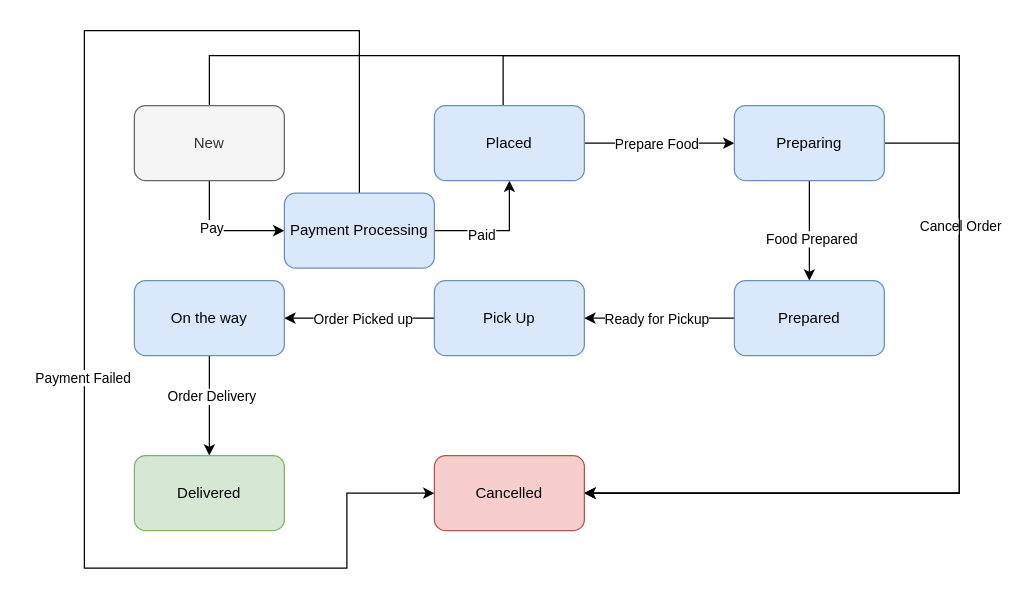
Above: docs/event-flow.drawio in Ranjan0491/food-o-meter (draw.io), before the change. Source tidied: cells renumbered, new cells numbered last; positions are measured from the earlier drawing's top-left corner, leaving out a move shared by most shapes. Both pictures are drawn from the tidied source at 125%, with x=0, y=0 at pixel (84, 30).
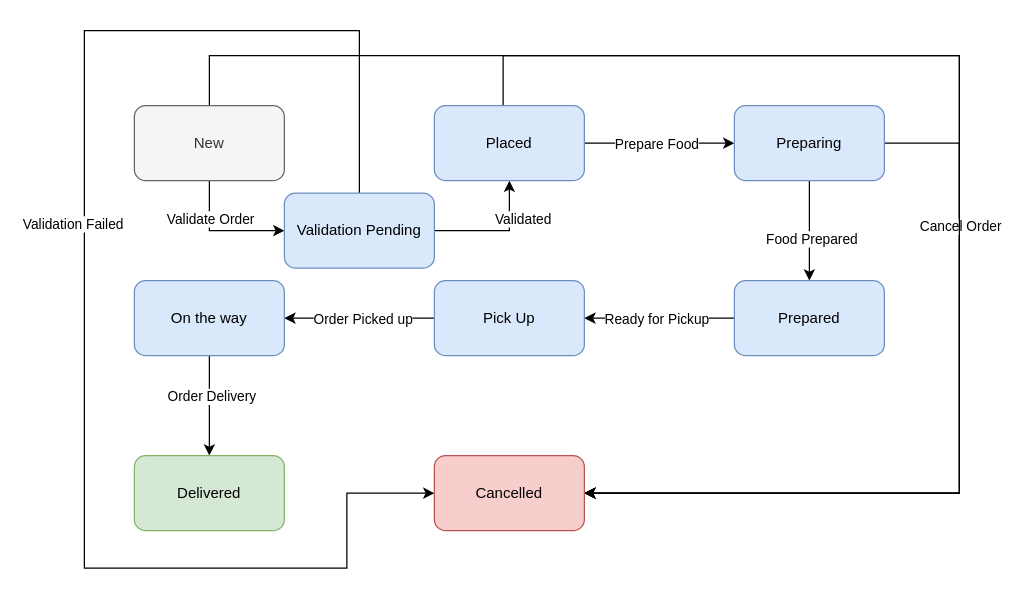
After the change.

The change refers to these unchanged cells:
```xml
<mxCell id="2" style="edgeStyle=orthogonalEdgeStyle;rounded=0;jettySize=auto;html=1;exitX=1;exitY=0.5;exitDx=0;exitDy=0;entryX=0.5;entryY=1;entryDx=0;entryDy=0;" parent="1" edge="1" source="30" target="12">
  <mxGeometry relative="1" as="geometry" />
</mxCell>
<mxCell id="5" style="edgeStyle=orthogonalEdgeStyle;rounded=0;jettySize=auto;html=1;exitX=0.5;exitY=1;exitDx=0;exitDy=0;entryX=0;entryY=0.5;entryDx=0;entryDy=0;" parent="1" edge="1" source="7" target="30">
  <mxGeometry relative="1" as="geometry" />
</mxCell>
<mxCell id="28" style="edgeStyle=orthogonalEdgeStyle;rounded=0;jettySize=auto;html=1;exitX=0.5;exitY=0;exitDx=0;exitDy=0;entryX=0;entryY=0.5;entryDx=0;entryDy=0;" parent="1" edge="1" source="30" target="20">
  <mxGeometry relative="1" as="geometry">
    <Array as="points">
      <mxPoint x="220" />
      <mxPoint />
      <mxPoint y="430" />
      <mxPoint x="210" y="430" />
      <mxPoint x="210" y="370" />
    </Array>
  </mxGeometry>
</mxCell>
```

What changed in the source:
```diff
@@
-    <mxCell id="3" value="Paid" style="edgeLabel;html=1;align=center;verticalAlign=middle;" parent="2" vertex="1">
-      <mxGeometry x="-0.26" y="-3" relative="1" as="geometry" />
+    <mxCell id="3" value="Validated" style="edgeLabel;html=1;align=center;verticalAlign=middle;" parent="2" vertex="1">
+      <mxGeometry x="-0.26" y="-3" relative="1" as="geometry">
+        <mxPoint x="33" y="-13" as="offset" />
+      </mxGeometry>
     </mxCell>
@@
-    <mxCell id="6" value="Pay" style="edgeLabel;html=1;align=center;verticalAlign=middle;" parent="5" vertex="1">
-      <mxGeometry x="-0.27" y="1" relative="1" as="geometry" />
+    <mxCell id="6" value="Validate Order" style="edgeLabel;html=1;align=center;verticalAlign=middle;" parent="5" vertex="1">
+      <mxGeometry x="-0.27" y="1" relative="1" as="geometry">
+        <mxPoint x="-1" y="-7" as="offset" />
+      </mxGeometry>
     </mxCell>
@@
-    <mxCell id="29" value="Payment Failed" style="edgeLabel;html=1;align=center;verticalAlign=middle;" parent="28" vertex="1">
-      <mxGeometry x="0.12" y="-2" relative="1" as="geometry" />
+    <mxCell id="29" value="Validation Failed" style="edgeLabel;html=1;align=center;verticalAlign=middle;" parent="28" vertex="1">
+      <mxGeometry x="0.12" y="-2" relative="1" as="geometry">
+        <mxPoint x="-8" y="-123" as="offset" />
+      </mxGeometry>
     </mxCell>
-    <mxCell id="30" value="Payment Processing" style="rounded=1;whiteSpace=wrap;html=1;fillColor=#dae8fc;strokeColor=#6c8ebf;" parent="1" vertex="1">
+    <mxCell id="30" value="Validation Pending" style="rounded=1;whiteSpace=wrap;html=1;fillColor=#dae8fc;strokeColor=#6c8ebf;" parent="1" vertex="1">
       <mxGeometry x="160" y="130" width="120" height="60" as="geometry" />
     </mxCell>
```
